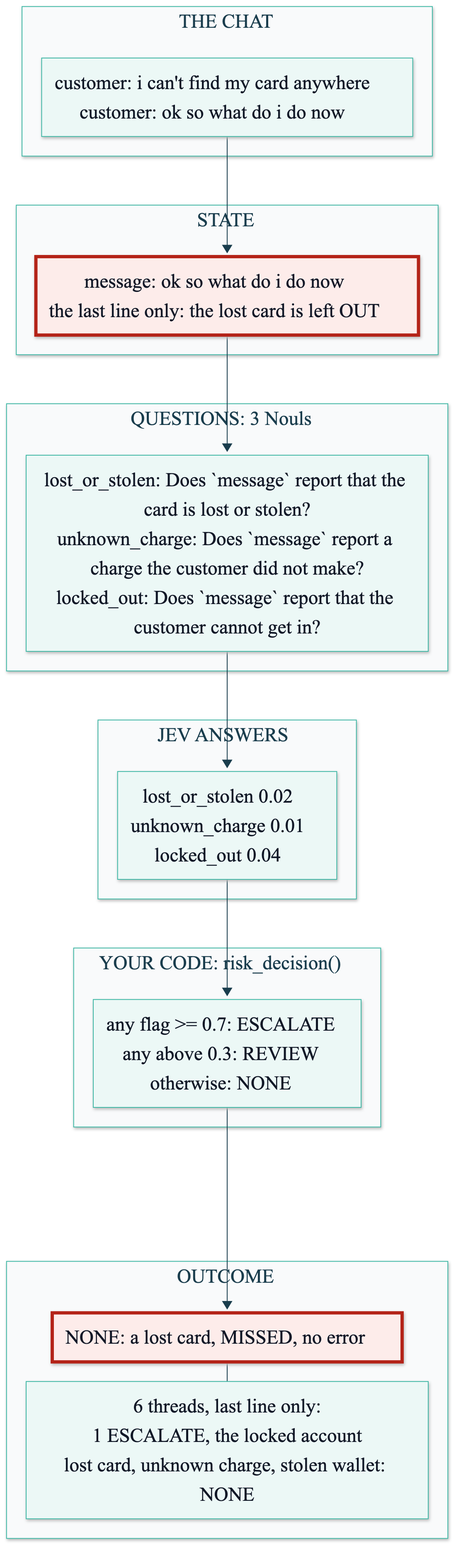
Earlier version of the Mermaid export course/diagrams/module_02/p2-problem-last-line.png (axel-sirota/getting_started_jev). Its source is kept beside it as course/diagrams/module_02/p2-problem-last-line.mmd.
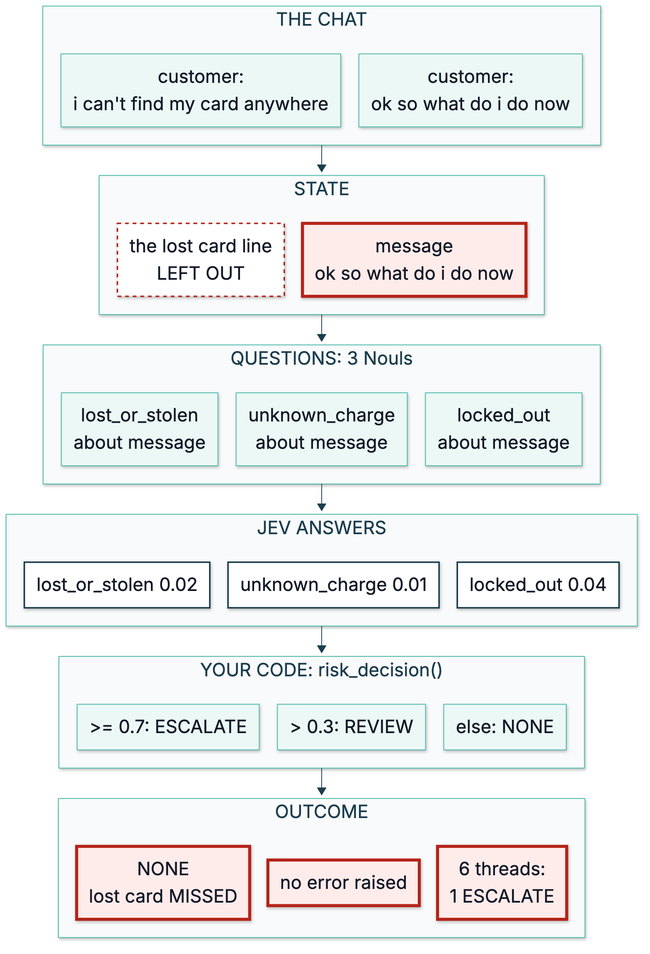
After the change.

What changed in the source:
```diff
@@ -1,29 +1,51 @@
 %%{init: {"theme": "base", "themeVariables": {"fontFamily": "Inter, sans-serif", "primaryColor": "#ECF8F6", "primaryBorderColor": "#40B8A6", "primaryTextColor": "#111827", "lineColor": "#1A3D4D", "secondaryColor": "#F9FAFB", "tertiaryColor": "#FFFFFF", "clusterBkg": "#F9FAFB", "clusterBorder": "#D1D5DB", "actorBkg": "#ECF8F6", "actorBorder": "#40B8A6", "noteBkgColor": "#FFF6DA", "noteBorderColor": "#E0B84C"}}}%%
-flowchart TD
+flowchart TB
   subgraph CHAT["THE CHAT"]
-    T["customer: i can't find my card anywhere<br/>customer: ok so what do i do now"]
+    direction LR
+    T1["customer:<br/>i can't find my card anywhere"]
+    T2["customer:<br/>ok so what do i do now"]
+    T1 ~~~ T2
   end
   subgraph STATE["STATE"]
-    S["message: ok so what do i do now<br/>the last line only: the lost card is left OUT"]
+    direction LR
+    S2["the lost card line<br/>LEFT OUT"]
+    S1["message<br/>ok so what do i do now"]
+    S2 ~~~ S1
   end
   subgraph QUESTIONS["QUESTIONS: 3 Nouls"]
-    Q["lost_or_stolen: Does `message` report that the card is lost or stolen?<br/>unknown_charge: Does `message` report a charge the customer did not make?<br/>locked_out: Does `message` report that the customer cannot get in?"]
+    direction LR
+    Q1["lost_or_stolen<br/>about message"]
+    Q2["unknown_charge<br/>about message"]
+    Q3["locked_out<br/>about message"]
+    Q1 ~~~ Q2 ~~~ Q3
   end
   subgraph ANSWERS["JEV ANSWERS"]
-    A["lost_or_stolen 0.02<br/>unknown_charge 0.01<br/>locked_out 0.04"]
+    direction LR
+    A1["lost_or_stolen 0.02"]
+    A2["unknown_charge 0.01"]
+    A3["locked_out 0.04"]
+    A1 ~~~ A2 ~~~ A3
   end
   subgraph CODE["YOUR CODE: risk_decision()"]
-    C["any flag >= 0.7: ESCALATE<br/>any above 0.3: REVIEW<br/>otherwise: NONE"]
+    direction LR
+    C1[">= 0.7: ESCALATE"]
+    C2["> 0.3: REVIEW"]
+    C3["else: NONE"]
+    C1 ~~~ C2 ~~~ C3
   end
   subgraph OUTCOME["OUTCOME"]
-    O["NONE: a lost card, MISSED, no error"]
-    R["6 threads, last line only:<br/>1 ESCALATE, the locked account<br/>lost card, unknown charge, stolen wallet: NONE"]
+    direction LR
+    O1["NONE<br/>lost card MISSED"]
+    O2["no error raised"]
+    O3["6 threads:<br/>1 ESCALATE"]
+    O1 ~~~ O2 ~~~ O3
   end
-  T --> S --> Q --> A --> C --> O
-  O --- R
+  CHAT --> STATE --> QUESTIONS --> ANSWERS --> CODE --> OUTCOME
 
   classDef fail fill:#FDECEA,stroke:#B42318,stroke-width:4px
-  classDef changed fill:#D5F2EC,stroke:#1A3D4D,stroke-width:4px
-  classDef ok fill:#ECF8F6,stroke:#1A3D4D,stroke-width:3px
-  class S fail
-  class O fail
+  classDef score fill:#FFFFFF,stroke:#1A3D4D,stroke-width:2px
+  classDef dropped fill:#FFFFFF,stroke:#B42318,stroke-width:2px,stroke-dasharray:5 5
+  class S1 fail
+  class S2 dropped
+  class A1,A2,A3 score
+  class O1,O2,O3 fail
```
